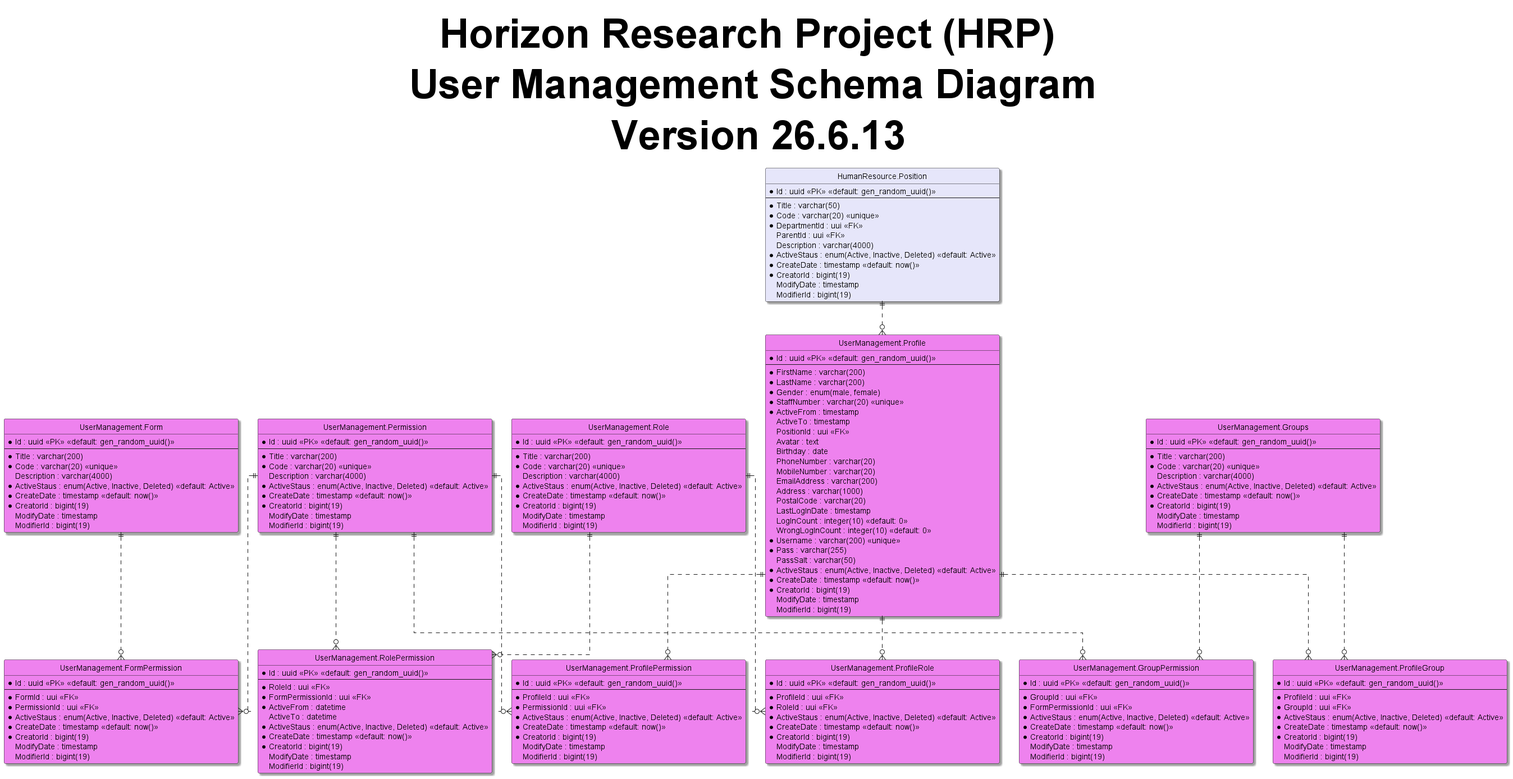
Before: 2-HorizonModeling/2.3-HorizonUml/out/ERD/Schemas/UserManagementSchemaDiagram.png, a diagram exported from PlantUML (shadowfox1984/Horizon).
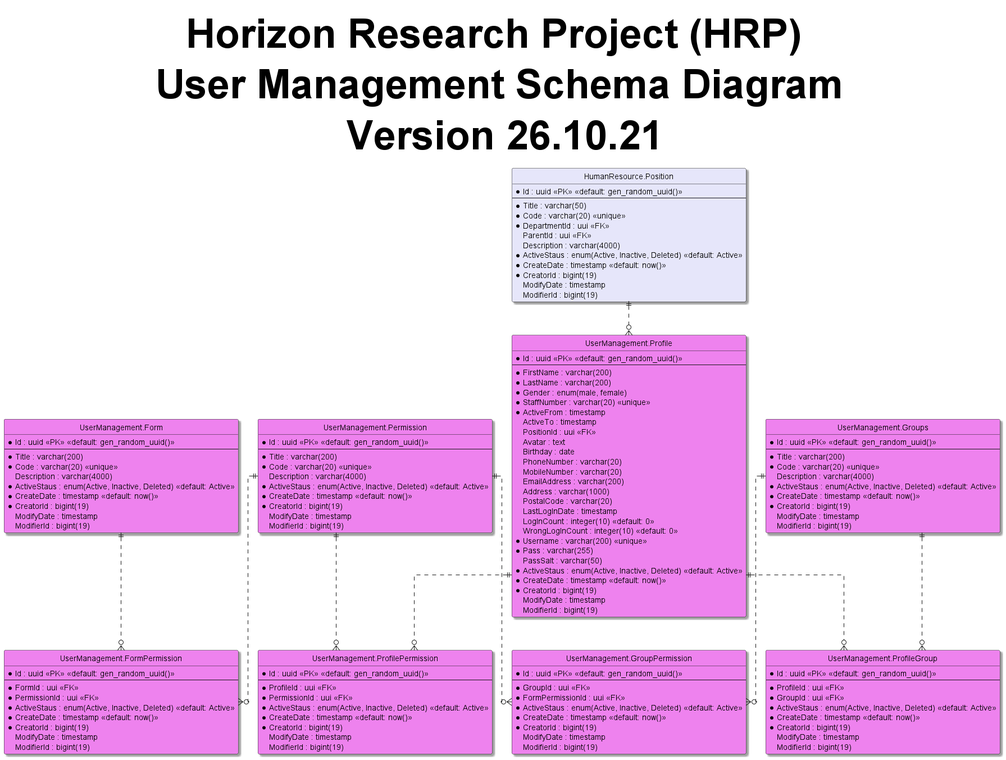
The same file after the commit.

Diff of the diagram source:
```diff
@@ -5,7 +5,7 @@
 skinparam Shadowing True
 skinparam TitleFontSize 72pt
 
-title Horizon Research Project (HRP) \n User Management Schema Diagram \n Version 26.6.13
+title Horizon Research Project (HRP) \n User Management Schema Diagram \n Version 26.10.21
 
 entity "HumanResource.Position" as position #Lavender{
   *Id : uuid <<PK>> <<default: gen_random_uuid()>>
@@ -14,19 +14,6 @@
   *Code : varchar(20) <<unique>>
   *DepartmentId : uui <<FK>>
   ParentId : uui <<FK>>
-  Description : varchar(4000)
-  *ActiveStaus : enum(Active, Inactive, Deleted) <<default: Active>>
-  *CreateDate : timestamp <<default: now()>>
-  *CreatorId : bigint(19)
-  ModifyDate : timestamp
-  ModifierId : bigint(19)
-}
-
-entity "UserManagement.Role" as role #Violet{
-  *Id : uuid <<PK>> <<default: gen_random_uuid()>>
-  --
-  *Title : varchar(200)
-  *Code : varchar(20) <<unique>>
   Description : varchar(4000)
   *ActiveStaus : enum(Active, Inactive, Deleted) <<default: Active>>
   *CreateDate : timestamp <<default: now()>>
@@ -79,20 +66,6 @@
   --
   *FormId : uui <<FK>>
   *PermissionId : uui <<FK>>
-  *ActiveStaus : enum(Active, Inactive, Deleted) <<default: Active>>
-  *CreateDate : timestamp <<default: now()>>
-  *CreatorId : bigint(19)
-  ModifyDate : timestamp
-  ModifierId : bigint(19)
-}
-
-entity "UserManagement.RolePermission" as rolePermission #Violet{
-  *Id : uuid <<PK>> <<default: gen_random_uuid()>>
-  --
-  *RoleId : uui <<FK>>
-  *FormPermissionId : uui <<FK>>
-  *ActiveFrom : datetime
-  ActiveTo : datetime
   *ActiveStaus : enum(Active, Inactive, Deleted) <<default: Active>>
   *CreateDate : timestamp <<default: now()>>
   *CreatorId : bigint(19)
@@ -154,18 +127,6 @@
   ModifierId : bigint(19)
 }
 
-entity "UserManagement.ProfileRole" as profileRole #Violet{
-  *Id : uuid <<PK>> <<default: gen_random_uuid()>>
-  --
-  *ProfileId : uui <<FK>>
-  *RoleId : uui <<FK>>
-  *ActiveStaus : enum(Active, Inactive, Deleted) <<default: Active>>
-  *CreateDate : timestamp <<default: now()>>
-  *CreatorId : bigint(19)
-  ModifyDate : timestamp
-  ModifierId : bigint(19)
-}
-
 entity "UserManagement.ProfileGroup" as profileGroup #Violet{
   *Id : uuid <<PK>> <<default: gen_random_uuid()>>
   --
@@ -180,14 +141,10 @@
 
 form ||..o{ formPermission
 permission ||..o{ formPermission
-role ||..o{ rolePermission
-permission ||..o{ rolePermission
 groups ||..o{ groupPermission
 permission ||..o{ groupPermission
 profile ||..o{ profilePermission
 permission ||..o{ profilePermission
-profile ||..o{ profileRole
-role ||..o{ profileRole
 profile ||..o{ profileGroup
 groups ||..o{ profileGroup
 position ||..o{ profile
```
